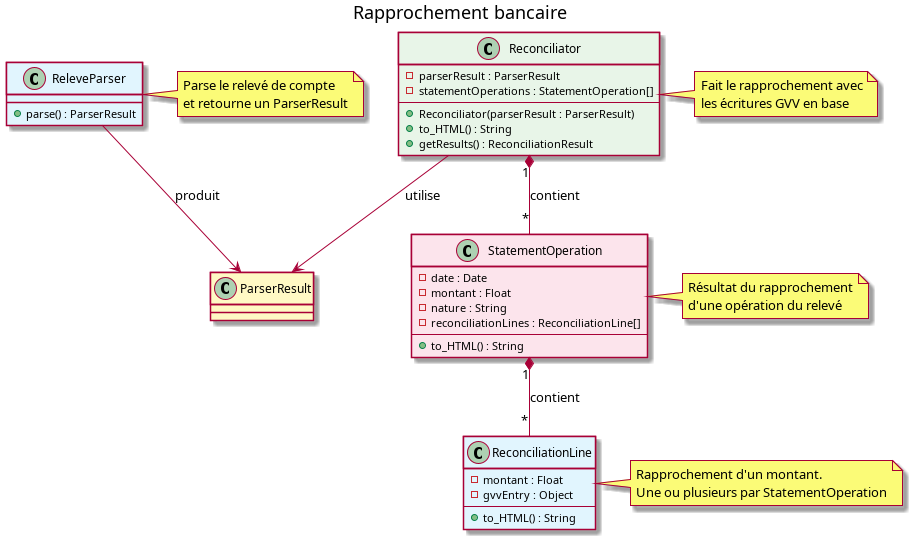
The PlantUML diagram doc/design_notes/reconciliation_schema.png in flub78/gvv, before a commit. Its source is kept beside it as doc/design_notes/reconciliation_schema.puml. The source it was exported from:
```plantuml
@startuml reconciliation_schema

!define LIGHTBLUE #E1F5FE
!define LIGHTGREEN #E8F5E8
!define LIGHTYELLOW #FFF9C4
!define LIGHTPINK #FCE4EC

title Rapprochement bancaire

class ReleveParser LIGHTBLUE {
    +parse() : ParserResult
}

class ParserResult LIGHTYELLOW {
}

class Reconciliator LIGHTGREEN {
    -parserResult : ParserResult
    -statementOperations : StatementOperation[]
    --
    +Reconciliator(parserResult : ParserResult)
    +to_HTML() : String
    +getResults() : ReconciliationResult
}

class StatementOperation LIGHTPINK {
    -date : Date
    -montant : Float
    -nature : String
    -reconciliationLines : ReconciliationLine[]
    --
    +to_HTML() : String
}

class ReconciliationLine LIGHTBLUE {
    -montant : Float
    -gvvEntry : Object
    --
    +to_HTML() : String
}

ReleveParser --> ParserResult : "produit"
Reconciliator --> ParserResult : "utilise"
Reconciliator "1" *-- "*" StatementOperation : "contient"
StatementOperation "1" *-- "*" ReconciliationLine : "contient"

note right of ReleveParser : Parse le relevé de compte\net retourne un ParserResult
note right of Reconciliator : Fait le rapprochement avec\nles écritures GVV en base
note right of StatementOperation : Résultat du rapprochement\nd'une opération du relevé
note right of ReconciliationLine : Rapprochement d'un montant.\nUne ou plusieurs par StatementOperation

@enduml
```
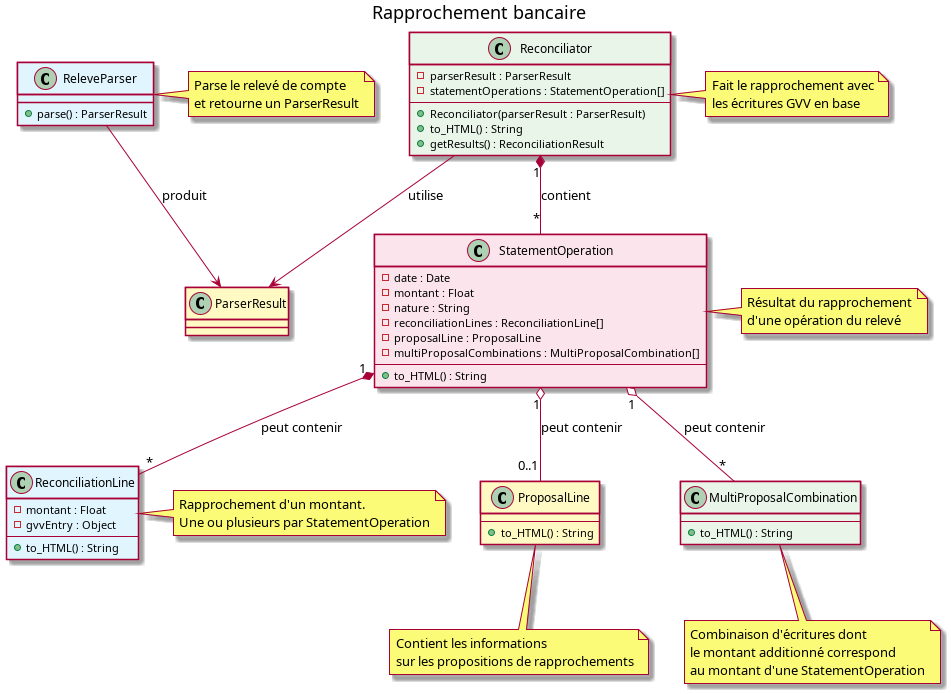
The same file after the commit.

What changed in the source:
```diff
@@ -28,6 +28,8 @@
     -montant : Float
     -nature : String
     -reconciliationLines : ReconciliationLine[]
+    -proposalLine : ProposalLine
+    -multiProposalCombinations : MultiProposalCombination[]
     --
     +to_HTML() : String
 }
@@ -39,14 +41,28 @@
     +to_HTML() : String
 }
 
+class ProposalLine LIGHTYELLOW {
+    --
+    +to_HTML() : String
+}
+
+class MultiProposalCombination LIGHTGREEN {
+    --
+    +to_HTML() : String
+}
+
 ReleveParser --> ParserResult : "produit"
 Reconciliator --> ParserResult : "utilise"
 Reconciliator "1" *-- "*" StatementOperation : "contient"
-StatementOperation "1" *-- "*" ReconciliationLine : "contient"
+StatementOperation "1" *-- "*" ReconciliationLine : "peut contenir"
+StatementOperation "1" o-- "0..1" ProposalLine : "peut contenir"
+StatementOperation "1" o-- "*" MultiProposalCombination : "peut contenir"
 
 note right of ReleveParser : Parse le relevé de compte\net retourne un ParserResult
 note right of Reconciliator : Fait le rapprochement avec\nles écritures GVV en base
 note right of StatementOperation : Résultat du rapprochement\nd'une opération du relevé
 note right of ReconciliationLine : Rapprochement d'un montant.\nUne ou plusieurs par StatementOperation
+note bottom of ProposalLine : Contient les informations\nsur les propositions de rapprochements
+note bottom of MultiProposalCombination : Combinaison d'écritures dont\nle montant additionné correspond\nau montant d'une StatementOperation
 
 @enduml
```
